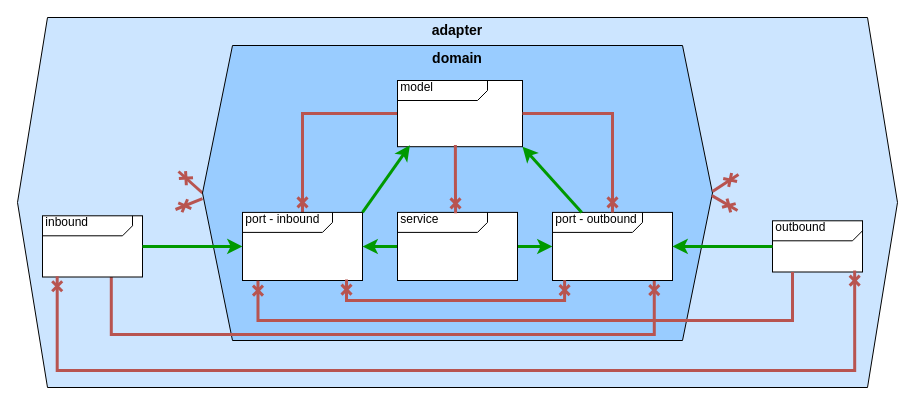
Before: page "package-rules-overview" (10 of 10) of docs/assignment-diagrammen/diagrammen-verzameling.drawio in Quintor/hexagonal-architecture-workshop, a draw.io diagram. Source tidied: cells renumbered, new cells numbered last; positions are measured from the earlier drawing's top-left corner, leaving out a move shared by most shapes. Both pictures are drawn from the tidied source at 100%, with x=0, y=0 at pixel (17, 17).
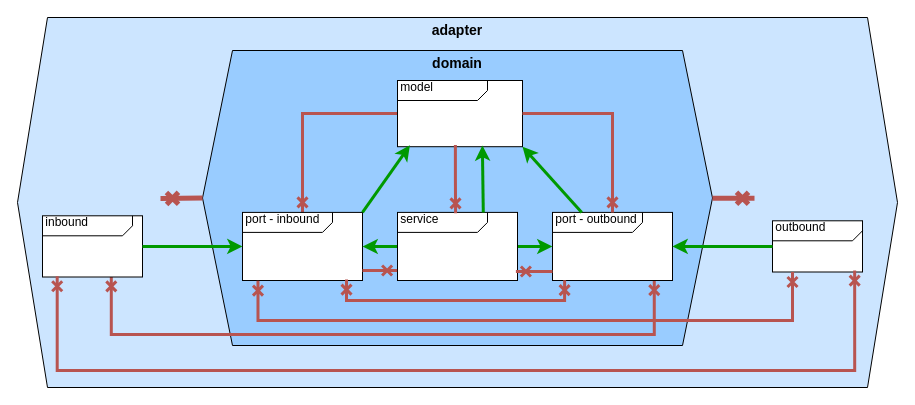
After the change.

Commit message (it also covers changes not shown here):
docs: give more context for step 4 & diagram fix

The change refers to these unchanged cells:
```xml
<mxCell id="6" value="&lt;div align=&quot;left&quot;&gt;&amp;nbsp;model&lt;/div&gt;" style="html=1;shape=mxgraph.sysml.package;html=1;overflow=fill;whiteSpace=wrap;align=left;" parent="1" vertex="1">
  <mxGeometry x="380" y="63" width="125" height="66.2" as="geometry" />
</mxCell>
<mxCell id="7" value="&lt;div&gt;&amp;nbsp;port - inbound&lt;/div&gt;&lt;div&gt;&lt;br&gt;&lt;/div&gt;&lt;div&gt;&lt;br&gt;&lt;/div&gt;" style="html=1;shape=mxgraph.sysml.package;html=1;overflow=fill;whiteSpace=wrap;align=left;" parent="1" vertex="1">
  <mxGeometry x="225" y="194.9" width="120" height="68.1" as="geometry" />
</mxCell>
<mxCell id="9" value="&amp;nbsp;inbound" style="html=1;shape=mxgraph.sysml.package;html=1;overflow=fill;whiteSpace=wrap;align=left;" parent="1" vertex="1">
  <mxGeometry x="25" y="198.3" width="100" height="61.2" as="geometry" />
</mxCell>
<mxCell id="10" value="&lt;div&gt;&amp;nbsp;port - outbound&lt;/div&gt;&lt;div&gt;&lt;br&gt;&lt;/div&gt;&lt;div&gt;&lt;br&gt;&lt;br&gt;&lt;/div&gt;" style="html=1;shape=mxgraph.sysml.package;html=1;overflow=fill;whiteSpace=wrap;align=left;" parent="1" vertex="1">
  <mxGeometry x="535" y="194.9" width="120" height="68.1" as="geometry" />
</mxCell>
<mxCell id="13" value="&amp;nbsp;service" style="html=1;shape=mxgraph.sysml.package;html=1;overflow=fill;whiteSpace=wrap;align=left;" parent="1" vertex="1">
  <mxGeometry x="380" y="194.9" width="120" height="68.1" as="geometry" />
</mxCell>
<mxCell id="14" value="&amp;nbsp;outbound" style="html=1;shape=mxgraph.sysml.package;html=1;overflow=fill;whiteSpace=wrap;align=left;" parent="1" vertex="1">
  <mxGeometry x="755" y="203.3" width="90" height="51.2" as="geometry" />
</mxCell>
```

Diff of the diagram source:
```diff
@@
-    <mxCell id="3" style="rounded=0;jettySize=auto;html=1;exitX=0;exitY=0.5;exitDx=0;exitDy=0;strokeWidth=3;fillColor=#f8cecc;strokeColor=#b85450;endArrow=cross;endFill=0;" parent="1" edge="1" source="4">
-      <mxGeometry relative="1" as="geometry">
-        <mxPoint x="161" y="154" as="targetPoint" />
-      </mxGeometry>
-    </mxCell>
     <mxCell id="4" value="&lt;font style=&quot;font-size: 14px;&quot;&gt;&lt;b&gt;domain&lt;/b&gt;&lt;/font&gt;" style="shape=hexagon;perimeter=hexagonPerimeter2;whiteSpace=wrap;html=1;fixedSize=1;align=center;verticalAlign=top;spacing=0;size=30;fillColor=#99CCFF;" parent="1" vertex="1">
-      <mxGeometry x="185" y="28" width="510" height="295" as="geometry" />
+      <mxGeometry x="185" y="33" width="510" height="295" as="geometry" />
     </mxCell>
@@
-    <mxCell id="8" style="edgeStyle=orthogonalEdgeStyle;rounded=0;jettySize=auto;html=1;exitX=0.688;exitY=0.99;exitDx=0;exitDy=0;exitPerimeter=0;strokeWidth=3;fillColor=#f8cecc;strokeColor=#b85450;endArrow=cross;endFill=0;entryX=0.848;entryY=0.995;entryDx=0;entryDy=0;entryPerimeter=0;" parent="1" edge="1" source="9" target="10">
+    <mxCell id="8" style="edgeStyle=orthogonalEdgeStyle;rounded=0;jettySize=auto;html=1;exitX=0.688;exitY=0.99;exitDx=0;exitDy=0;exitPerimeter=0;strokeWidth=3;fillColor=#f8cecc;strokeColor=#b85450;endArrow=cross;endFill=0;entryX=0.848;entryY=0.995;entryDx=0;entryDy=0;entryPerimeter=0;startArrow=cross;startFill=0;" parent="1" edge="1" source="9" target="10">
       <mxGeometry relative="1" as="geometry">
         <Array as="points">
           <mxPoint x="94" y="317" />
           <mxPoint x="637" y="317" />
         </Array>
       </mxGeometry>
     </mxCell>
@@
-    <mxCell id="11" style="edgeStyle=orthogonalEdgeStyle;rounded=0;jettySize=auto;html=1;strokeWidth=3;fillColor=#d5e8d4;strokeColor=light-dark(#009900, #446e2c);" parent="1" edge="1" source="13" target="7">
+    <mxCell id="11" style="edgeStyle=orthogonalEdgeStyle;rounded=0;jettySize=auto;html=1;strokeWidth=3;fillColor=#d5e8d4;strokeColor=light-dark(#009900,#66FF66);" parent="1" edge="1" source="13" target="7">
       <mxGeometry relative="1" as="geometry" />
     </mxCell>
-    <mxCell id="12" style="edgeStyle=orthogonalEdgeStyle;rounded=0;jettySize=auto;html=1;strokeWidth=3;fillColor=#d5e8d4;strokeColor=light-dark(#009900, #446e2c);" parent="1" edge="1" source="13" target="10">
+    <mxCell id="12" style="edgeStyle=orthogonalEdgeStyle;rounded=0;jettySize=auto;html=1;strokeWidth=3;fillColor=#d5e8d4;strokeColor=light-dark(#009900,#66FF66);" parent="1" edge="1" source="13" target="10">
       <mxGeometry relative="1" as="geometry" />
     </mxCell>
@@
-    <mxCell id="17" style="edgeStyle=orthogonalEdgeStyle;rounded=0;jettySize=auto;html=1;entryX=1;entryY=0.5;entryDx=0;entryDy=0;entryPerimeter=0;strokeWidth=3;fillColor=#d5e8d4;strokeColor=light-dark(#009900, #446e2c);" parent="1" edge="1" source="14" target="10">
+    <mxCell id="17" style="edgeStyle=orthogonalEdgeStyle;rounded=0;jettySize=auto;html=1;entryX=1;entryY=0.5;entryDx=0;entryDy=0;entryPerimeter=0;strokeWidth=3;fillColor=#d5e8d4;strokeColor=light-dark(#009900,#66FF66);" parent="1" edge="1" source="14" target="10">
       <mxGeometry relative="1" as="geometry" />
     </mxCell>
-    <mxCell id="18" style="edgeStyle=orthogonalEdgeStyle;rounded=0;jettySize=auto;html=1;entryX=0;entryY=0.5;entryDx=0;entryDy=0;entryPerimeter=0;strokeWidth=3;fillColor=#d5e8d4;strokeColor=light-dark(#009900, #446e2c);" parent="1" edge="1" source="9" target="7">
+    <mxCell id="18" style="edgeStyle=orthogonalEdgeStyle;rounded=0;jettySize=auto;html=1;entryX=0;entryY=0.5;entryDx=0;entryDy=0;entryPerimeter=0;strokeWidth=3;fillColor=#d5e8d4;strokeColor=light-dark(#009900,#66FF66);" parent="1" edge="1" source="9" target="7">
       <mxGeometry relative="1" as="geometry" />
     </mxCell>
-    <mxCell id="19" style="rounded=0;jettySize=auto;html=1;exitX=0;exitY=0.519;exitDx=0;exitDy=0;strokeWidth=3;fillColor=#f8cecc;strokeColor=#b85450;endArrow=cross;endFill=0;exitPerimeter=0;" parent="1" edge="1" source="4">
+    <mxCell id="19" style="rounded=0;jettySize=auto;html=1;exitX=0;exitY=0.5;exitDx=0;exitDy=0;strokeWidth=5;fillColor=#f8cecc;strokeColor=#b85450;endArrow=cross;endFill=0;" parent="1" edge="1" source="4">
       <mxGeometry relative="1" as="geometry">
-        <mxPoint x="158" y="192" as="targetPoint" />
+        <mxPoint x="143" y="181" as="targetPoint" />
       </mxGeometry>
     </mxCell>
-    <mxCell id="20" style="rounded=0;orthogonalLoop=1;jettySize=auto;html=1;exitX=0;exitY=0.5;exitDx=0;exitDy=0;strokeWidth=3;fillColor=#f8cecc;strokeColor=#b85450;endArrow=cross;endFill=0;" parent="1" edge="1">
-      <mxGeometry relative="1" as="geometry">
-        <mxPoint x="695" y="174" as="sourcePoint" />
-        <mxPoint x="721" y="157" as="targetPoint" />
-      </mxGeometry>
-    </mxCell>
-    <mxCell id="21" style="rounded=0;jettySize=auto;html=1;exitX=0.999;exitY=0.509;exitDx=0;exitDy=0;strokeWidth=3;fillColor=#f8cecc;strokeColor=#b85450;endArrow=cross;endFill=0;exitPerimeter=0;" parent="1" edge="1" source="4">
-      <mxGeometry relative="1" as="geometry">
-        <mxPoint x="720" y="193" as="targetPoint" />
-      </mxGeometry>
-    </mxCell>
@@
-    <mxCell id="23" style="rounded=0;jettySize=auto;html=1;entryX=0.099;entryY=0.98;entryDx=0;entryDy=0;entryPerimeter=0;exitX=1;exitY=0;exitDx=0;exitDy=0;exitPerimeter=0;strokeWidth=3;fillColor=#d5e8d4;strokeColor=light-dark(#009900, #446e2c);" parent="1" edge="1" source="7" target="6">
+    <mxCell id="23" style="rounded=0;jettySize=auto;html=1;entryX=0.099;entryY=0.98;entryDx=0;entryDy=0;entryPerimeter=0;exitX=1;exitY=0;exitDx=0;exitDy=0;exitPerimeter=0;strokeWidth=3;fillColor=#d5e8d4;strokeColor=light-dark(#009900,#66FF66);" parent="1" edge="1" source="7" target="6">
       <mxGeometry relative="1" as="geometry" />
     </mxCell>
-    <mxCell id="24" style="rounded=0;jettySize=auto;html=1;entryX=1;entryY=1;entryDx=0;entryDy=0;entryPerimeter=0;strokeWidth=3;fillColor=#d5e8d4;strokeColor=light-dark(#009900, #446e2c);" parent="1" edge="1" source="10" target="6">
+    <mxCell id="24" style="rounded=0;jettySize=auto;html=1;entryX=1;entryY=1;entryDx=0;entryDy=0;entryPerimeter=0;strokeWidth=3;fillColor=#d5e8d4;strokeColor=light-dark(#009900,#66FF66);" parent="1" edge="1" source="10" target="6">
       <mxGeometry relative="1" as="geometry" />
     </mxCell>
@@
-    <mxCell id="26" style="edgeStyle=orthogonalEdgeStyle;rounded=0;jettySize=auto;html=1;entryX=0.129;entryY=1.002;entryDx=0;entryDy=0;entryPerimeter=0;fillColor=#f8cecc;strokeColor=#b85450;endArrow=cross;endFill=0;strokeWidth=3;" parent="1" edge="1" source="14" target="7">
+    <mxCell id="26" style="edgeStyle=orthogonalEdgeStyle;rounded=0;jettySize=auto;html=1;entryX=0.129;entryY=1.002;entryDx=0;entryDy=0;entryPerimeter=0;fillColor=#f8cecc;strokeColor=#b85450;endArrow=cross;endFill=0;strokeWidth=3;startArrow=cross;startFill=0;" parent="1" edge="1" source="14" target="7">
       <mxGeometry relative="1" as="geometry">
         <Array as="points">
           <mxPoint x="775" y="303" />
           <mxPoint x="241" y="303" />
         </Array>
       </mxGeometry>
     </mxCell>
+    <mxCell id="27" style="edgeStyle=orthogonalEdgeStyle;rounded=0;jettySize=auto;html=1;entryX=-0.003;entryY=0.855;entryDx=0;entryDy=0;entryPerimeter=0;strokeWidth=3;fillColor=#f8cecc;strokeColor=#b85450;endArrow=cross;endFill=0;" parent="1" edge="1" target="13">
+      <mxGeometry relative="1" as="geometry">
+        <mxPoint x="345" y="253" as="sourcePoint" />
+      </mxGeometry>
+    </mxCell>
+    <mxCell id="28" style="edgeStyle=orthogonalEdgeStyle;rounded=0;jettySize=auto;html=1;entryX=0.987;entryY=0.871;entryDx=0;entryDy=0;entryPerimeter=0;fillColor=#f8cecc;strokeColor=#b85450;strokeWidth=3;endArrow=cross;endFill=0;" parent="1" edge="1" target="13">
+      <mxGeometry relative="1" as="geometry">
+        <mxPoint x="535" y="254" as="sourcePoint" />
+      </mxGeometry>
+    </mxCell>
+    <mxCell id="29" style="rounded=0;orthogonalLoop=1;jettySize=auto;html=1;exitX=0;exitY=0.5;exitDx=0;exitDy=0;strokeWidth=5;fillColor=#f8cecc;strokeColor=#b85450;endArrow=cross;endFill=0;" parent="1" edge="1">
+      <mxGeometry relative="1" as="geometry">
+        <mxPoint x="695" y="180.7" as="sourcePoint" />
+        <mxPoint x="737" y="180.7" as="targetPoint" />
+      </mxGeometry>
+    </mxCell>
+    <mxCell id="30" style="rounded=0;jettySize=auto;html=1;entryX=0.679;entryY=0.98;entryDx=0;entryDy=0;entryPerimeter=0;strokeWidth=3;fillColor=#d5e8d4;strokeColor=light-dark(#009900,#66FF66);exitX=0.715;exitY=0;exitDx=0;exitDy=0;exitPerimeter=0;" parent="1" edge="1" source="13" target="6">
+      <mxGeometry relative="1" as="geometry" />
+    </mxCell>
```
